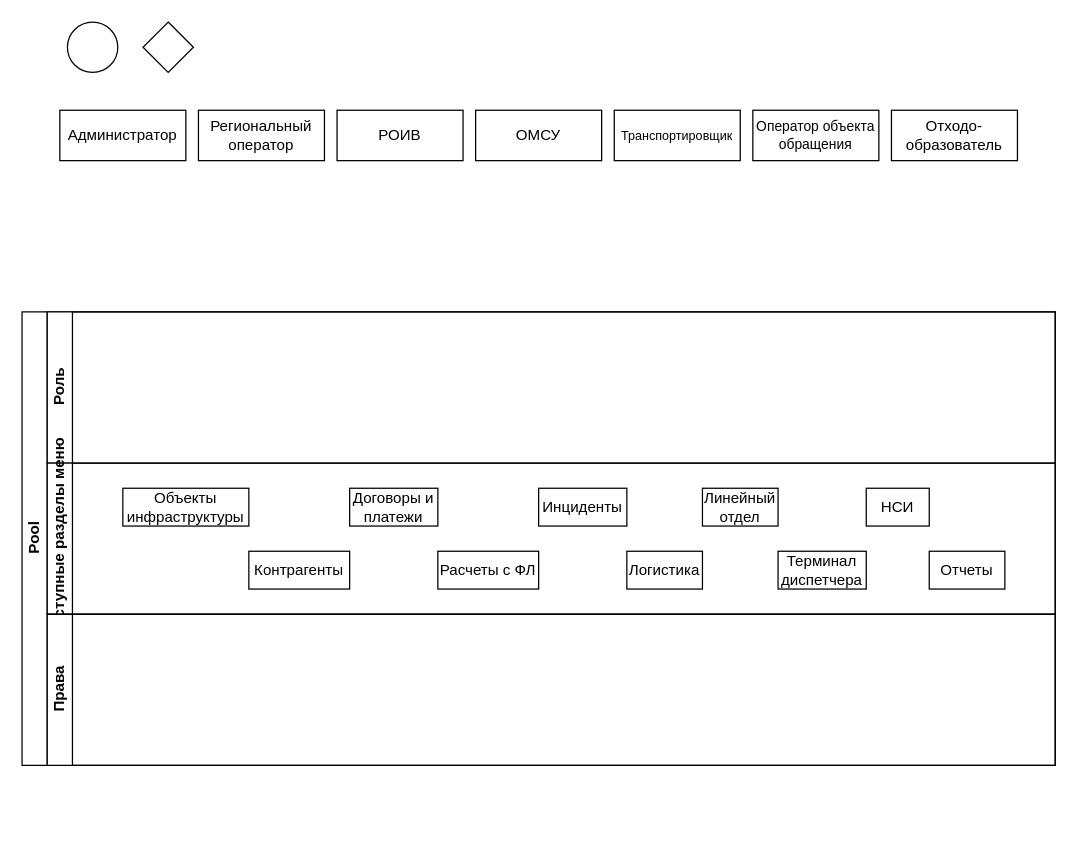
Earlier version of the draw.io diagram Диаграмма без названия.drawio (SergeiF-Kolomna/diagrams). Source tidied: cells renumbered, new cells numbered last; positions are measured from the earlier drawing's top-left corner, leaving out a move shared by most shapes. Both pictures are drawn from the tidied source at 126%, with x=0, y=0 at pixel (21, 21).
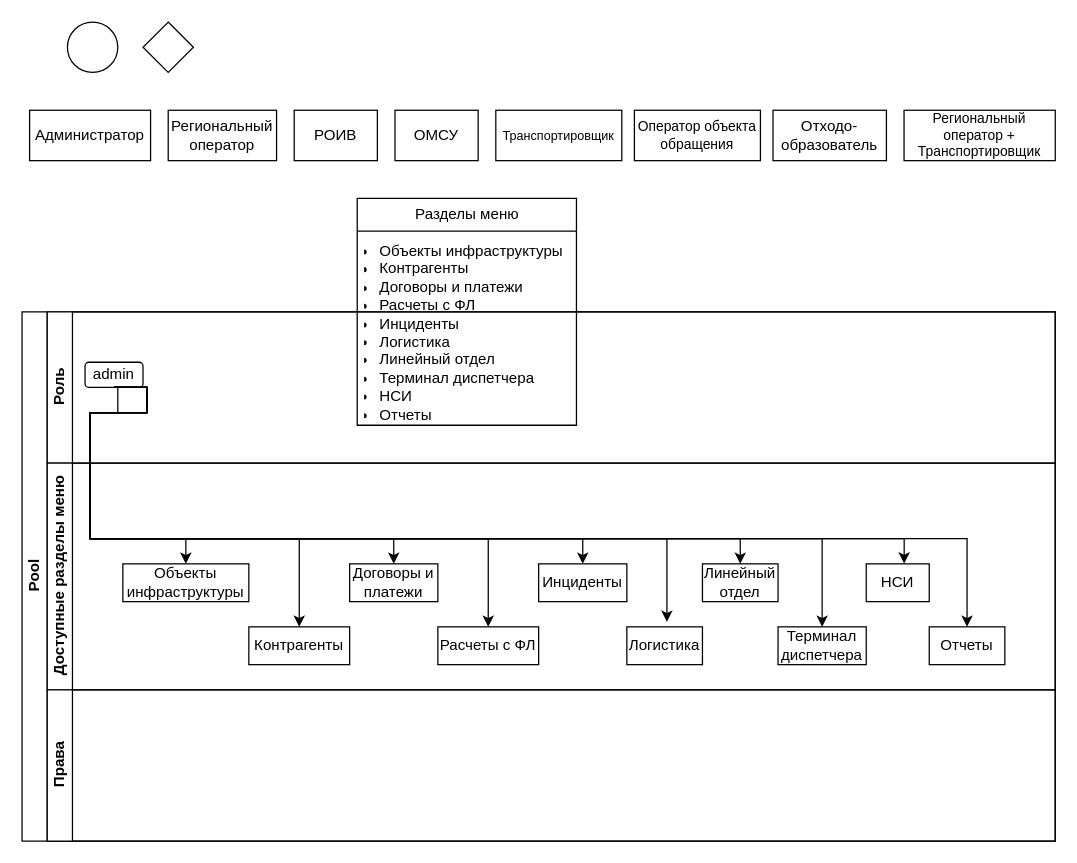
The same diagram, later.

Commit message:
list с разделами меню

The change refers to these unchanged cells:
```xml
<mxCell id="12" value="Роль" style="swimlane;html=1;startSize=20;horizontal=0;" parent="11" vertex="1">
  <mxGeometry x="20" width="800" height="120" as="geometry" />
</mxCell>
```

What changed in the source:
```diff
@@
     <mxCell id="2" value="Администратор" style="rounded=0;whiteSpace=wrap;html=1;" parent="1" vertex="1">
-      <mxGeometry x="30" y="70" width="100" height="40" as="geometry" />
+      <mxGeometry x="6" y="70" width="96" height="40" as="geometry" />
     </mxCell>
     <mxCell id="3" value="Региональный оператор" style="rounded=0;whiteSpace=wrap;html=1;" parent="1" vertex="1">
-      <mxGeometry x="140" y="70" width="100" height="40" as="geometry" />
+      <mxGeometry x="116" y="70" width="86" height="40" as="geometry" />
     </mxCell>
     <mxCell id="4" value="РОИВ" style="rounded=0;whiteSpace=wrap;html=1;" parent="1" vertex="1">
-      <mxGeometry x="250" y="70" width="100" height="40" as="geometry" />
+      <mxGeometry x="216" y="70" width="66" height="40" as="geometry" />
     </mxCell>
     <mxCell id="5" value="Транспортировщик" style="rounded=0;whiteSpace=wrap;html=1;fontSize=10;" parent="1" vertex="1">
-      <mxGeometry x="470" y="70" width="100" height="40" as="geometry" />
+      <mxGeometry x="376" y="70" width="100" height="40" as="geometry" />
     </mxCell>
     <mxCell id="6" value="Оператор объекта обращения" style="rounded=0;whiteSpace=wrap;html=1;fontSize=11;" parent="1" vertex="1">
-      <mxGeometry x="580" y="70" width="100" height="40" as="geometry" />
+      <mxGeometry x="486" y="70" width="100" height="40" as="geometry" />
     </mxCell>
     <mxCell id="7" value="Отходо-&lt;div style=&quot;font-size: 12px;&quot;&gt;образователь&lt;/div&gt;" style="rounded=0;whiteSpace=wrap;html=1;fontSize=12;" parent="1" vertex="1">
-      <mxGeometry x="690" y="70" width="100" height="40" as="geometry" />
+      <mxGeometry x="596" y="70" width="90" height="40" as="geometry" />
     </mxCell>
     <mxCell id="8" value="ОМСУ" style="rounded=0;whiteSpace=wrap;html=1;fontSize=12;" parent="1" vertex="1">
-      <mxGeometry x="360" y="70" width="100" height="40" as="geometry" />
+      <mxGeometry x="296" y="70" width="66" height="40" as="geometry" />
     </mxCell>
@@
     <mxCell id="11" value="Pool" style="swimlane;html=1;horizontal=0;startSize=20;" parent="1" vertex="1">
-      <mxGeometry y="230" width="820" height="360" as="geometry" />
+      <mxGeometry y="230" width="820" height="420" as="geometry" />
     </mxCell>
@@
+    <mxCell id="25" value="admin" style="rounded=1;whiteSpace=wrap;html=1;" parent="12" vertex="1">
+      <mxGeometry x="30" y="40" width="46" height="20" as="geometry" />
+    </mxCell>
     <mxCell id="13" value="Доступные разделы меню" style="swimlane;html=1;startSize=20;horizontal=0;" parent="11" vertex="1">
-      <mxGeometry x="20" y="120" width="800" height="120" as="geometry" />
+      <mxGeometry x="20" y="120" width="800" height="180" as="geometry" />
     </mxCell>
     <mxCell id="14" value="Объекты инфраструктуры" style="rounded=0;whiteSpace=wrap;html=1;fontFamily=Helvetica;fontSize=12;fontColor=#000000;align=center;" parent="13" vertex="1">
-      <mxGeometry x="60" y="20" width="100" height="30" as="geometry" />
+      <mxGeometry x="60" y="80" width="100" height="30" as="geometry" />
     </mxCell>
     <mxCell id="15" value="Контрагенты" style="rounded=0;whiteSpace=wrap;html=1;fontFamily=Helvetica;fontSize=12;fontColor=#000000;align=center;" parent="13" vertex="1">
-      <mxGeometry x="160" y="70" width="80" height="30" as="geometry" />
+      <mxGeometry x="160" y="130" width="80" height="30" as="geometry" />
     </mxCell>
     <mxCell id="16" value="Договоры и платежи" style="rounded=0;whiteSpace=wrap;html=1;fontFamily=Helvetica;fontSize=12;fontColor=#000000;align=center;" parent="13" vertex="1">
-      <mxGeometry x="240" y="20" width="70" height="30" as="geometry" />
+      <mxGeometry x="240" y="80" width="70" height="30" as="geometry" />
     </mxCell>
     <mxCell id="17" value="Расчеты с ФЛ" style="rounded=0;whiteSpace=wrap;html=1;fontFamily=Helvetica;fontSize=12;fontColor=#000000;align=center;" parent="13" vertex="1">
-      <mxGeometry x="310" y="70" width="80" height="30" as="geometry" />
+      <mxGeometry x="310" y="130" width="80" height="30" as="geometry" />
     </mxCell>
     <mxCell id="18" value="Инциденты" style="rounded=0;whiteSpace=wrap;html=1;fontFamily=Helvetica;fontSize=12;fontColor=#000000;align=center;" parent="13" vertex="1">
-      <mxGeometry x="390" y="20" width="70" height="30" as="geometry" />
+      <mxGeometry x="390" y="80" width="70" height="30" as="geometry" />
     </mxCell>
     <mxCell id="19" value="Логистика" style="rounded=0;whiteSpace=wrap;html=1;fontFamily=Helvetica;fontSize=12;fontColor=#000000;align=center;" parent="13" vertex="1">
-      <mxGeometry x="460" y="70" width="60" height="30" as="geometry" />
+      <mxGeometry x="460" y="130" width="60" height="30" as="geometry" />
     </mxCell>
     <mxCell id="20" value="Линейный отдел" style="rounded=0;whiteSpace=wrap;html=1;fontFamily=Helvetica;fontSize=12;fontColor=#000000;align=center;" parent="13" vertex="1">
-      <mxGeometry x="520" y="20" width="60" height="30" as="geometry" />
+      <mxGeometry x="520" y="80" width="60" height="30" as="geometry" />
     </mxCell>
     <mxCell id="21" value="Терминал диспетчера" style="rounded=0;whiteSpace=wrap;html=1;fontFamily=Helvetica;fontSize=12;fontColor=#000000;align=center;" parent="13" vertex="1">
-      <mxGeometry x="580" y="70" width="70" height="30" as="geometry" />
+      <mxGeometry x="580" y="130" width="70" height="30" as="geometry" />
     </mxCell>
     <mxCell id="22" value="НСИ" style="rounded=0;whiteSpace=wrap;html=1;fontFamily=Helvetica;fontSize=12;fontColor=#000000;align=center;" parent="13" vertex="1">
-      <mxGeometry x="650" y="20" width="50" height="30" as="geometry" />
+      <mxGeometry x="650" y="80" width="50" height="30" as="geometry" />
     </mxCell>
     <mxCell id="23" value="Отчеты" style="rounded=0;whiteSpace=wrap;html=1;fontFamily=Helvetica;fontSize=12;fontColor=#000000;align=center;" parent="13" vertex="1">
-      <mxGeometry x="700" y="70" width="60" height="30" as="geometry" />
+      <mxGeometry x="700" y="130" width="60" height="30" as="geometry" />
     </mxCell>
     <mxCell id="24" value="Права" style="swimlane;html=1;startSize=20;horizontal=0;" parent="11" vertex="1">
-      <mxGeometry x="20" y="240" width="800" height="120" as="geometry" />
+      <mxGeometry x="20" y="300" width="800" height="120" as="geometry" />
     </mxCell>
+    <mxCell id="26" style="edgeStyle=orthogonalEdgeStyle;rounded=0;jettySize=auto;html=1;entryX=0.602;entryY=-0.007;entryDx=0;entryDy=0;entryPerimeter=0;exitX=0.5;exitY=1;exitDx=0;exitDy=0;" parent="11" edge="1" source="25" target="22">
+      <mxGeometry relative="1" as="geometry">
+        <Array as="points">
+          <mxPoint x="99" y="80" />
+          <mxPoint x="54" y="80" />
+          <mxPoint x="54" y="180" />
+          <mxPoint x="700" y="180" />
+        </Array>
+      </mxGeometry>
+    </mxCell>
+    <mxCell id="27" style="edgeStyle=orthogonalEdgeStyle;rounded=0;jettySize=auto;html=1;entryX=0.53;entryY=-0.133;entryDx=0;entryDy=0;entryPerimeter=0;exitX=0.5;exitY=1;exitDx=0;exitDy=0;" parent="11" edge="1" source="25" target="19">
+      <mxGeometry relative="1" as="geometry">
+        <Array as="points">
+          <mxPoint x="99" y="80" />
+          <mxPoint x="54" y="80" />
+          <mxPoint x="54" y="180" />
+          <mxPoint x="512" y="180" />
+        </Array>
+      </mxGeometry>
+    </mxCell>
+    <mxCell id="28" style="edgeStyle=orthogonalEdgeStyle;rounded=0;jettySize=auto;html=1;entryX=0.5;entryY=0;entryDx=0;entryDy=0;exitX=0.5;exitY=1;exitDx=0;exitDy=0;" parent="11" edge="1" source="25" target="23">
+      <mxGeometry relative="1" as="geometry">
+        <Array as="points">
+          <mxPoint x="99" y="80" />
+          <mxPoint x="54" y="80" />
+          <mxPoint x="54" y="180" />
+          <mxPoint x="750" y="180" />
+        </Array>
+      </mxGeometry>
+    </mxCell>
+    <mxCell id="29" style="edgeStyle=orthogonalEdgeStyle;rounded=0;jettySize=auto;html=1;entryX=0.5;entryY=0;entryDx=0;entryDy=0;exitX=0.5;exitY=1;exitDx=0;exitDy=0;" parent="11" edge="1" source="25" target="21">
+      <mxGeometry relative="1" as="geometry">
+        <Array as="points">
+          <mxPoint x="99" y="80" />
+          <mxPoint x="54" y="80" />
+          <mxPoint x="54" y="180" />
+          <mxPoint x="635" y="180" />
+        </Array>
+      </mxGeometry>
+    </mxCell>
+    <mxCell id="30" style="edgeStyle=orthogonalEdgeStyle;rounded=0;jettySize=auto;html=1;exitX=0.5;exitY=1;exitDx=0;exitDy=0;" parent="11" edge="1" source="25" target="20">
+      <mxGeometry relative="1" as="geometry">
+        <Array as="points">
+          <mxPoint x="99" y="80" />
+          <mxPoint x="54" y="80" />
+          <mxPoint x="54" y="180" />
+          <mxPoint x="570" y="180" />
+        </Array>
+      </mxGeometry>
+    </mxCell>
+    <mxCell id="31" style="edgeStyle=orthogonalEdgeStyle;rounded=0;jettySize=auto;html=1;exitX=0.5;exitY=1;exitDx=0;exitDy=0;" parent="11" edge="1" source="25" target="18">
+      <mxGeometry relative="1" as="geometry">
+        <Array as="points">
+          <mxPoint x="99" y="80" />
+          <mxPoint x="54" y="80" />
+          <mxPoint x="54" y="180" />
+          <mxPoint x="445" y="180" />
+        </Array>
+      </mxGeometry>
+    </mxCell>
+    <mxCell id="32" style="edgeStyle=orthogonalEdgeStyle;rounded=0;jettySize=auto;html=1;entryX=0.5;entryY=0;entryDx=0;entryDy=0;exitX=0.5;exitY=1;exitDx=0;exitDy=0;" parent="11" edge="1" source="25" target="17">
+      <mxGeometry relative="1" as="geometry">
+        <Array as="points">
+          <mxPoint x="99" y="80" />
+          <mxPoint x="54" y="80" />
+          <mxPoint x="54" y="180" />
+          <mxPoint x="370" y="180" />
+        </Array>
+      </mxGeometry>
+    </mxCell>
+    <mxCell id="33" style="edgeStyle=orthogonalEdgeStyle;rounded=0;jettySize=auto;html=1;exitX=0.5;exitY=1;exitDx=0;exitDy=0;" parent="11" edge="1" source="25" target="16">
+      <mxGeometry relative="1" as="geometry">
+        <Array as="points">
+          <mxPoint x="99" y="80" />
+          <mxPoint x="54" y="80" />
+          <mxPoint x="54" y="180" />
+          <mxPoint x="295" y="180" />
+        </Array>
+      </mxGeometry>
+    </mxCell>
+    <mxCell id="34" style="edgeStyle=orthogonalEdgeStyle;rounded=0;jettySize=auto;html=1;entryX=0.5;entryY=0;entryDx=0;entryDy=0;exitX=0.5;exitY=1;exitDx=0;exitDy=0;" parent="11" edge="1" source="25" target="15">
+      <mxGeometry relative="1" as="geometry">
+        <Array as="points">
+          <mxPoint x="99" y="80" />
+          <mxPoint x="54" y="80" />
+          <mxPoint x="54" y="180" />
+          <mxPoint x="220" y="180" />
+        </Array>
+      </mxGeometry>
+    </mxCell>
+    <mxCell id="35" style="edgeStyle=orthogonalEdgeStyle;rounded=0;jettySize=auto;html=1;entryX=0.5;entryY=0;entryDx=0;entryDy=0;exitX=0.5;exitY=1;exitDx=0;exitDy=0;" parent="11" edge="1" source="25" target="14">
+      <mxGeometry relative="1" as="geometry">
+        <Array as="points">
+          <mxPoint x="76" y="60" />
+          <mxPoint x="76" y="80" />
+          <mxPoint x="54" y="80" />
+          <mxPoint x="54" y="180" />
+          <mxPoint x="130" y="180" />
+        </Array>
+      </mxGeometry>
+    </mxCell>
+    <mxCell id="36" value="Региональный оператор + Транспортировщик" style="rounded=0;whiteSpace=wrap;html=1;fontSize=11;" parent="1" vertex="1">
+      <mxGeometry x="700" y="70" width="120" height="40" as="geometry" />
+    </mxCell>
+    <mxCell id="37" value="Разделы меню" style="swimlane;fontStyle=0;horizontal=1;startSize=26;fillColor=none;html=1;" parent="1" vertex="1">
+      <mxGeometry x="266" y="140" width="174" height="180" as="geometry" />
+    </mxCell>
+    <mxCell id="38" value="&lt;ul style=&quot;margin-top: 2px; margin-bottom: 2px; padding-left: 12px;&quot;&gt;&lt;li&gt;&lt;span style=&quot;&quot;&gt;Объекты инфраструктуры&lt;/span&gt;&lt;/li&gt;&lt;li&gt;&lt;span style=&quot;&quot;&gt;Контрагенты&lt;/span&gt;&lt;/li&gt;&lt;li&gt;&lt;span style=&quot;&quot;&gt;Договоры и платежи&lt;/span&gt;&lt;/li&gt;&lt;li&gt;Расчеты с ФЛ&lt;/li&gt;&lt;li&gt;Инциденты&lt;/li&gt;&lt;li&gt;Логистика&lt;/li&gt;&lt;li&gt;Линейный отдел&lt;/li&gt;&lt;li&gt;Терминал диспетчера&lt;/li&gt;&lt;li&gt;НСИ&lt;/li&gt;&lt;li&gt;Отчеты&lt;/li&gt;&lt;/ul&gt;" style="text;strokeColor=none;fillColor=none;align=left;verticalAlign=top;spacingLeft=4;spacingRight=4;overflow=hidden;whiteSpace=wrap;html=1;" parent="37" vertex="1">
+      <mxGeometry y="26" width="174" height="154" as="geometry" />
+    </mxCell>
```
